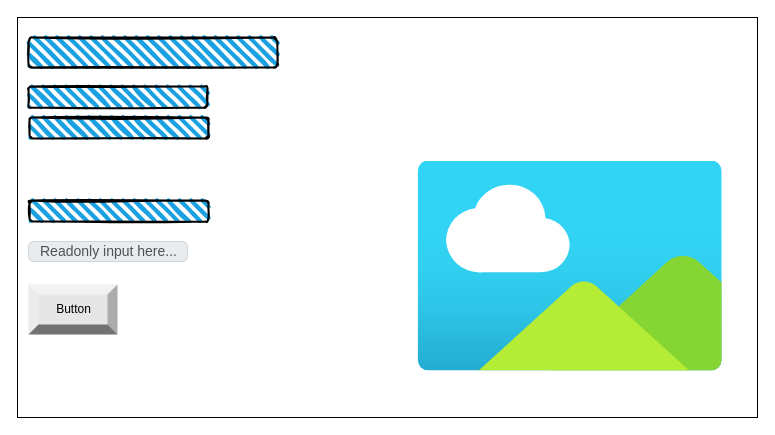
This is page "Page-1" (1 of 2) of design/story-board.drawio from ekaterina-chernykh/ICS20-Unit-5-07, a draw.io file, before an edit. Source tidied: cells renumbered, new cells numbered last; positions are measured from the earlier drawing's top-left corner, leaving out a move shared by most shapes. Both pictures are drawn from the tidied source at 100%, with x=0, y=0 at pixel (17, 17).
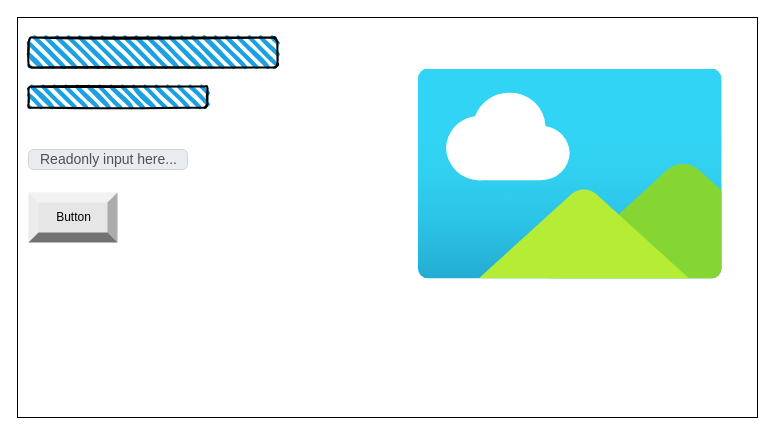
The same page after the edit.

Diff of the diagram source:
```diff
@@
 <mxGraphModel>
   <root>
     <mxCell id="0" />
     <mxCell id="1" parent="0" />
     <mxCell id="2" style="rounded=0;whiteSpace=wrap;html=1;" parent="1" vertex="1">
       <mxGeometry width="740" height="400" as="geometry" />
     </mxCell>
     <mxCell id="3" style="rounded=1;whiteSpace=wrap;html=1;strokeWidth=2;fillWeight=4;hachureGap=8;hachureAngle=45;fillColor=#1ba1e2;sketch=1;" parent="1" vertex="1">
       <mxGeometry x="11" y="20" width="249" height="30" as="geometry" />
     </mxCell>
-    <mxCell id="4" style="rounded=1;whiteSpace=wrap;html=1;strokeWidth=2;fillWeight=4;hachureGap=8;hachureAngle=45;fillColor=#1ba1e2;sketch=1;" parent="1" vertex="1">
-      <mxGeometry x="12" y="100" width="179" height="21" as="geometry" />
-    </mxCell>
     <mxCell id="5" style="rounded=1;whiteSpace=wrap;html=1;strokeWidth=2;fillWeight=4;hachureGap=8;hachureAngle=45;fillColor=#1ba1e2;sketch=1;" parent="1" vertex="1">
       <mxGeometry x="11" y="69" width="179" height="21" as="geometry" />
     </mxCell>
-    <mxCell id="6" style="rounded=1;whiteSpace=wrap;html=1;strokeWidth=2;fillWeight=4;hachureGap=8;hachureAngle=45;fillColor=#1ba1e2;sketch=1;" parent="1" vertex="1">
-      <mxGeometry x="12" y="183" width="179" height="21" as="geometry" />
-    </mxCell>
     <mxCell id="7" value="Readonly input here..." style="html=1;shadow=0;dashed=0;shape=mxgraph.bootstrap.rrect;rSize=5;strokeColor=#CED4DA;strokeWidth=1;fillColor=#E9ECEF;fontColor=#505050;whiteSpace=wrap;align=left;verticalAlign=middle;spacingLeft=10;fontSize=14;" parent="1" vertex="1">
-      <mxGeometry x="11" y="224" width="159" height="20" as="geometry" />
+      <mxGeometry x="11" y="132" width="159" height="20" as="geometry" />
     </mxCell>
     <mxCell id="8" value="Button" style="labelPosition=center;verticalLabelPosition=middle;align=center;html=1;shape=mxgraph.basic.shaded_button;dx=10;fillColor=#E6E6E6;strokeColor=none;" parent="1" vertex="1">
-      <mxGeometry x="11" y="267" width="89" height="50" as="geometry" />
+      <mxGeometry x="11" y="175" width="89" height="50" as="geometry" />
     </mxCell>
     <mxCell id="9" style="html=1;align=center;image;fontSize=12;image=img/lib/azure2/general/Image.svg;fillColor=#BA6D07;" parent="1" vertex="1">
-      <mxGeometry x="400" y="143.5" width="305.4" height="210" as="geometry" />
+      <mxGeometry x="400" y="51.5" width="305.4" height="210" as="geometry" />
     </mxCell>
   </root>
 </mxGraphModel>
```
